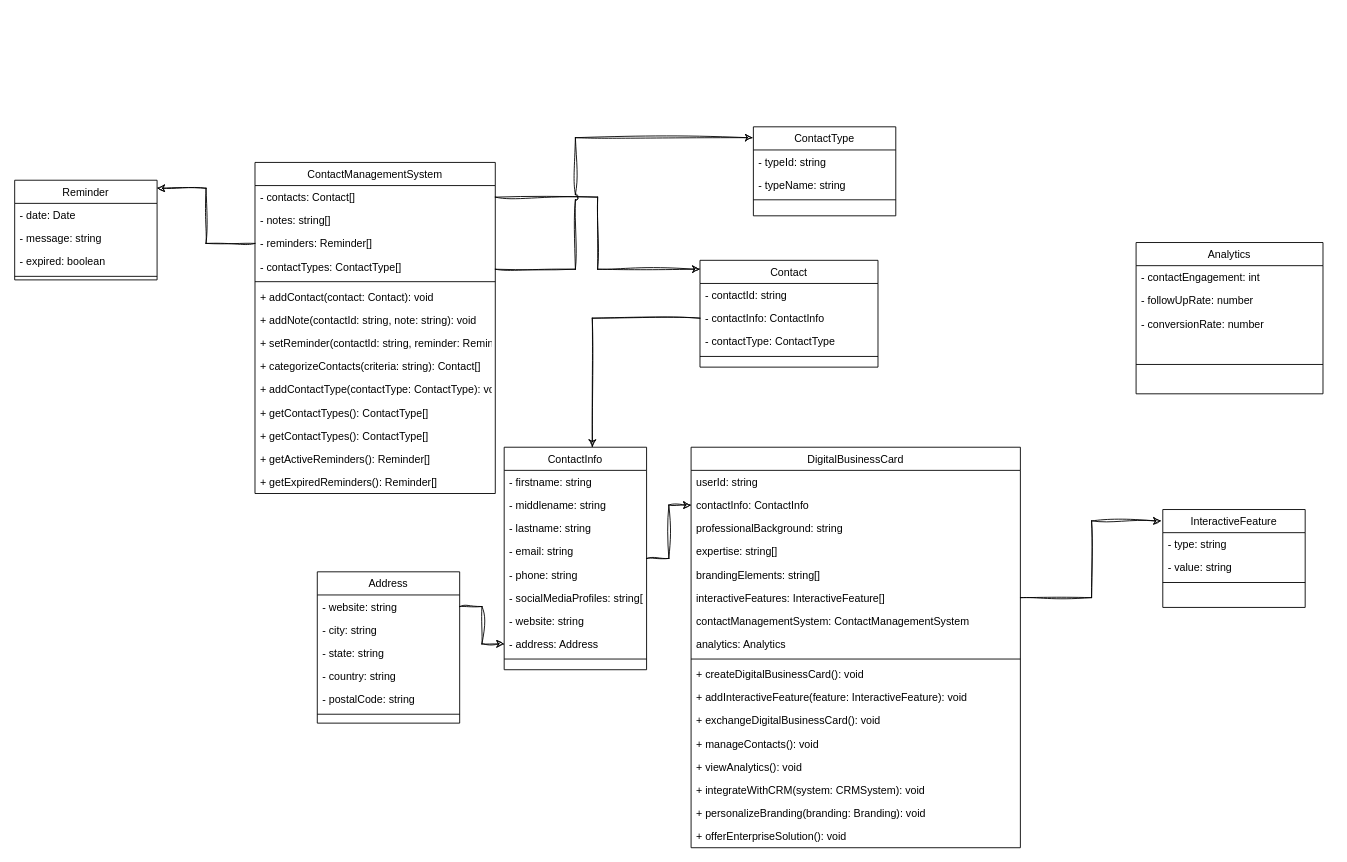
Above: class diagram.drawio in Maraki-DBO/maraki (draw.io), before the change. Source tidied: cells renumbered, new cells numbered last; positions are measured from the earlier drawing's top-left corner, leaving out a move shared by most shapes. Both pictures are drawn from the tidied source at 89%, with x=0, y=0 at pixel (14, 126).
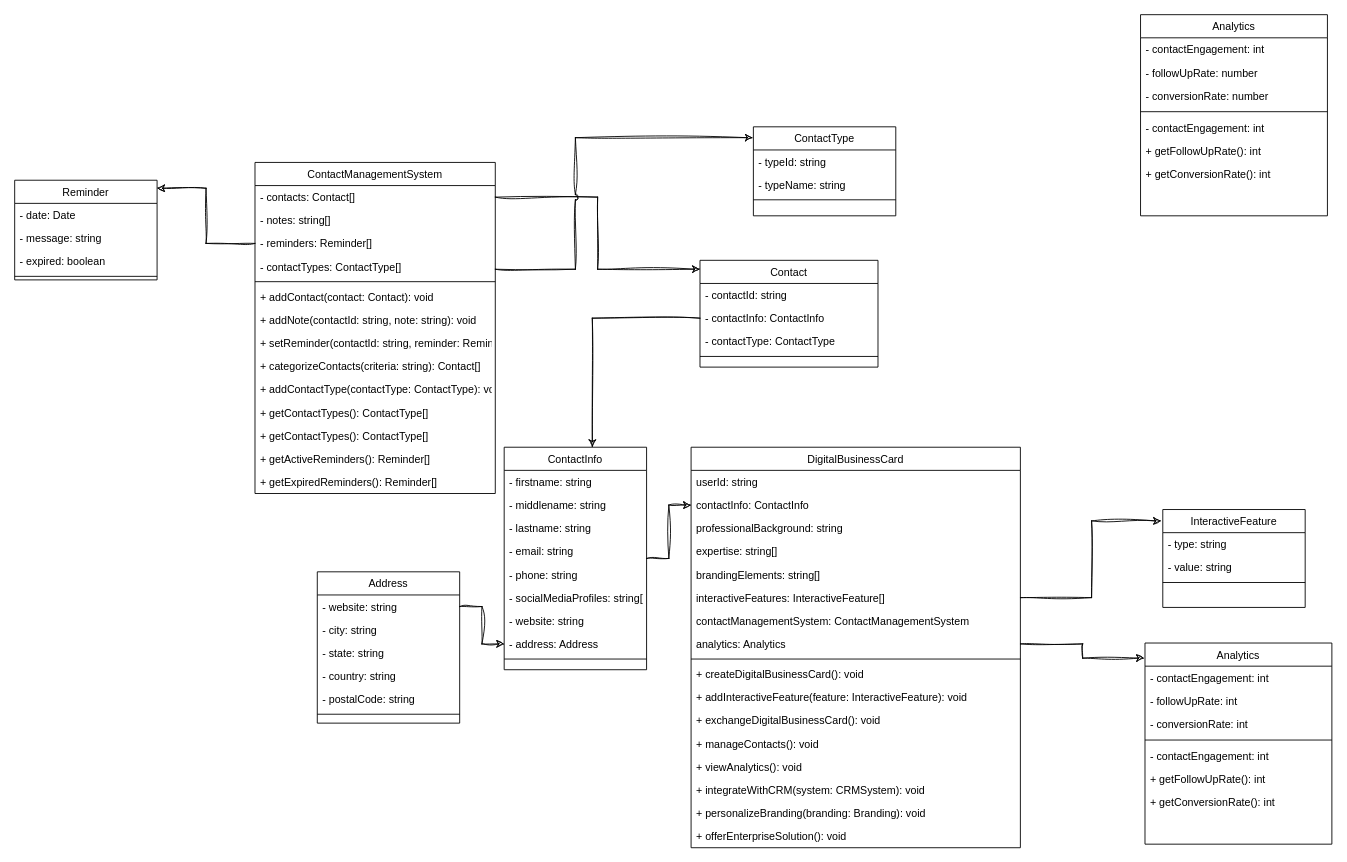
After the change.

Unchanged cells that the change refers to:
```xml
<mxCell id="10" value="analytics: Analytics" style="text;align=left;verticalAlign=top;spacingLeft=4;spacingRight=4;overflow=hidden;points=[[0,0.5],[1,0.5]];portConstraint=eastwest;rounded=0;shadow=0;html=0;" parent="2" vertex="1">
  <mxGeometry y="208" width="370" height="26" as="geometry" />
</mxCell>
```

Change to the diagram source:
```diff
@@
     <mxCell id="77" value="Analytics" style="swimlane;fontStyle=0;align=center;verticalAlign=top;horizontal=1;startSize=26;rounded=0;shadow=0;strokeWidth=1;" parent="1" vertex="1">
-      <mxGeometry x="1260" y="130" width="210" height="170" as="geometry" />
+      <mxGeometry x="1270" y="580" width="210" height="226" as="geometry" />
     </mxCell>
@@
-    <mxCell id="79" value="- followUpRate: number" style="text;align=left;verticalAlign=top;spacingLeft=4;spacingRight=4;overflow=hidden;" parent="77" vertex="1">
+    <mxCell id="79" value="- followUpRate: int" style="text;align=left;verticalAlign=top;spacingLeft=4;spacingRight=4;overflow=hidden;" parent="77" vertex="1">
       <mxGeometry y="52" width="210" height="26" as="geometry" />
     </mxCell>
-    <mxCell id="80" value="- conversionRate: number" style="text;align=left;verticalAlign=top;spacingLeft=4;spacingRight=4;overflow=hidden;" parent="77" vertex="1">
+    <mxCell id="80" value="- conversionRate: int&#10;" style="text;align=left;verticalAlign=top;spacingLeft=4;spacingRight=4;overflow=hidden;" parent="77" vertex="1">
       <mxGeometry y="78" width="210" height="26" as="geometry" />
     </mxCell>
     <mxCell id="81" style="line;html=1;strokeWidth=1;align=left;verticalAlign=middle;spacingTop=-1;spacingLeft=3;spacingRight=3;labelPosition=right;" parent="77" vertex="1">
-      <mxGeometry y="104" width="210" height="66" as="geometry" />
+      <mxGeometry y="104" width="210" height="10" as="geometry" />
     </mxCell>
+    <mxCell id="82" value="- contactEngagement: int" style="text;align=left;verticalAlign=top;spacingLeft=4;spacingRight=4;overflow=hidden;" parent="77" vertex="1">
+      <mxGeometry y="114" width="210" height="26" as="geometry" />
+    </mxCell>
+    <mxCell id="83" value="+ getFollowUpRate(): int&#10;" style="text;align=left;verticalAlign=top;spacingLeft=4;spacingRight=4;overflow=hidden;" parent="77" vertex="1">
+      <mxGeometry y="140" width="210" height="26" as="geometry" />
+    </mxCell>
+    <mxCell id="84" value="+ getConversionRate(): int&#10;" style="text;align=left;verticalAlign=top;spacingLeft=4;spacingRight=4;overflow=hidden;" parent="77" vertex="1">
+      <mxGeometry y="166" width="210" height="26" as="geometry" />
+    </mxCell>
+    <mxCell id="85" value="Analytics" style="swimlane;fontStyle=0;align=center;verticalAlign=top;horizontal=1;startSize=26;rounded=0;shadow=0;strokeWidth=1;" parent="1" vertex="1">
+      <mxGeometry x="1265" y="-126" width="210" height="226" as="geometry" />
+    </mxCell>
+    <mxCell id="86" value="- contactEngagement: int" style="text;align=left;verticalAlign=top;spacingLeft=4;spacingRight=4;overflow=hidden;" parent="85" vertex="1">
+      <mxGeometry y="26" width="210" height="26" as="geometry" />
+    </mxCell>
+    <mxCell id="87" value="- followUpRate: number" style="text;align=left;verticalAlign=top;spacingLeft=4;spacingRight=4;overflow=hidden;" parent="85" vertex="1">
+      <mxGeometry y="52" width="210" height="26" as="geometry" />
+    </mxCell>
+    <mxCell id="88" value="- conversionRate: number" style="text;align=left;verticalAlign=top;spacingLeft=4;spacingRight=4;overflow=hidden;" parent="85" vertex="1">
+      <mxGeometry y="78" width="210" height="26" as="geometry" />
+    </mxCell>
+    <mxCell id="89" style="line;html=1;strokeWidth=1;align=left;verticalAlign=middle;spacingTop=-1;spacingLeft=3;spacingRight=3;labelPosition=right;" parent="85" vertex="1">
+      <mxGeometry y="104" width="210" height="10" as="geometry" />
+    </mxCell>
+    <mxCell id="90" value="- contactEngagement: int" style="text;align=left;verticalAlign=top;spacingLeft=4;spacingRight=4;overflow=hidden;" parent="85" vertex="1">
+      <mxGeometry y="114" width="210" height="26" as="geometry" />
+    </mxCell>
+    <mxCell id="91" value="+ getFollowUpRate(): int&#10;" style="text;align=left;verticalAlign=top;spacingLeft=4;spacingRight=4;overflow=hidden;" parent="85" vertex="1">
+      <mxGeometry y="140" width="210" height="26" as="geometry" />
+    </mxCell>
+    <mxCell id="92" value="+ getConversionRate(): int&#10;" style="text;align=left;verticalAlign=top;spacingLeft=4;spacingRight=4;overflow=hidden;" parent="85" vertex="1">
+      <mxGeometry y="166" width="210" height="26" as="geometry" />
+    </mxCell>
+    <mxCell id="93" style="edgeStyle=orthogonalEdgeStyle;rounded=0;sketch=1;hachureGap=4;jiggle=2;curveFitting=1;jettySize=auto;html=1;entryX=-0.005;entryY=0.075;entryDx=0;entryDy=0;entryPerimeter=0;fontFamily=Architects Daughter;fontSize=16;" parent="1" edge="1" source="10" target="77">
+      <mxGeometry relative="1" as="geometry" />
+    </mxCell>
```
